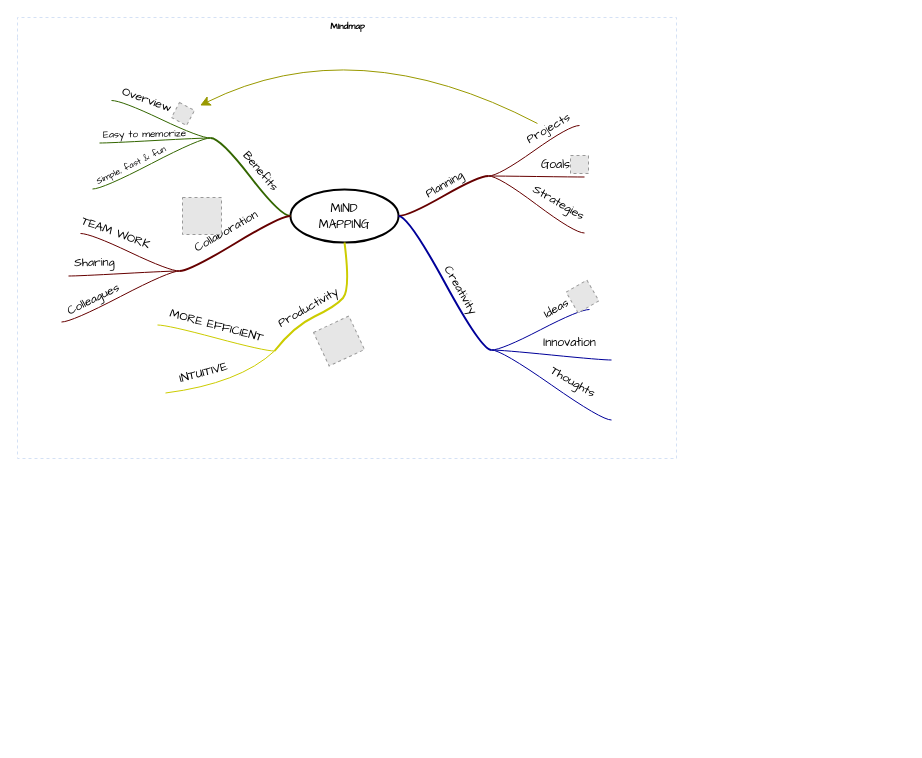
This is 제목 없는 다이어그램.drawio from k3t7le/draw.io, a draw.io file, before an edit. Source tidied: cells renumbered, new cells numbered last; positions are measured from the earlier drawing's top-left corner, leaving out a move shared by most shapes. Both pictures are drawn from the tidied source at 100%, with x=0, y=0 at pixel (17, 17). Pictures stored in the file or linked from it are replaced by grey dashed boxes.
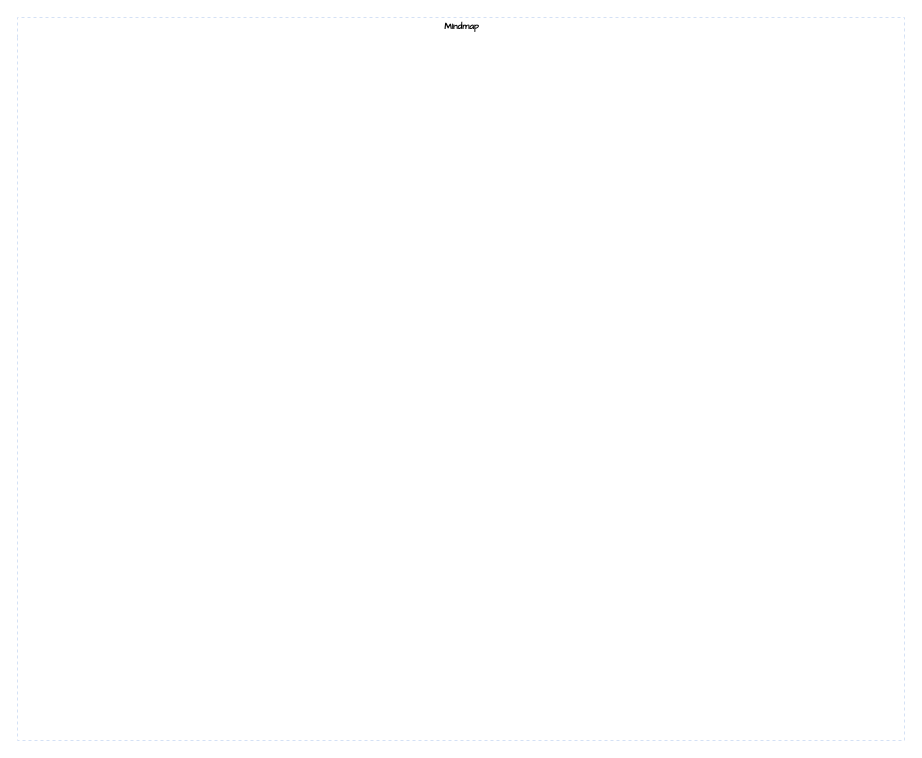
The same page after the edit.

Commit message:
제목 없는 다이어그램.drawio 업데이트

Diff of the diagram source:
```diff
@@
     <mxCell id="2" value="Mindmap" style="swimlane;html=1;startSize=20;horizontal=1;containerType=tree;labelBackgroundColor=none;strokeColor=#D4E1F5;strokeWidth=1;fillColor=none;fontFamily=Comic Sans MS;fontSize=9;swimlaneLine=0;dashed=1;" parent="1" vertex="1">
-      <mxGeometry width="659" height="441" as="geometry" />
+      <mxGeometry width="887" height="723" as="geometry" />
     </mxCell>
-    <mxCell id="3" value="&lt;font face=&quot;Comic Sans MS&quot;&gt;MIND&lt;br&gt;MAPPING&lt;/font&gt;" style="ellipse;whiteSpace=wrap;html=1;align=center;strokeWidth=2;" parent="2" vertex="1">
-      <mxGeometry x="273" y="172" width="108" height="53" as="geometry" />
-    </mxCell>
-    <mxCell id="4" style="whiteSpace=wrap;html=1;rounded=1;arcSize=50;align=center;verticalAlign=middle;strokeWidth=1;spacing=4;" parent="2" vertex="1">
-      <mxGeometry x="471" y="158" height="1" as="geometry" />
-    </mxCell>
-    <mxCell id="5" style="edgeStyle=entityRelationEdgeStyle;startArrow=none;endArrow=none;segment=10;curved=1;strokeWidth=2;strokeColor=#660000;rounded=0;fontSize=12;startSize=8;endSize=8;" parent="2" edge="1" source="3" target="4">
-      <mxGeometry relative="1" as="geometry" />
-    </mxCell>
-    <mxCell id="6" value="Planning" style="text;html=1;align=center;verticalAlign=middle;labelBackgroundColor=none;rotation=-30;fontFamily=Comic Sans MS;" parent="5" vertex="1">
-      <mxGeometry x="0.02" y="2" relative="1" as="geometry">
-        <mxPoint x="1" y="-9" as="offset" />
-      </mxGeometry>
-    </mxCell>
-    <mxCell id="7" style="whiteSpace=wrap;html=1;rounded=1;arcSize=50;align=center;verticalAlign=middle;strokeWidth=1;spacing=4;" parent="2" vertex="1" collapsed="1">
-      <mxGeometry x="562" y="108" width="5" as="geometry" />
-    </mxCell>
-    <mxCell id="8" style="edgeStyle=entityRelationEdgeStyle;startArrow=none;endArrow=none;segment=10;curved=1;strokeColor=#660000;rounded=0;fontSize=12;startSize=8;endSize=8;" parent="2" edge="1" source="4" target="7">
-      <mxGeometry relative="1" as="geometry" />
-    </mxCell>
-    <mxCell id="9" value="Projects" style="text;html=1;points=[];align=center;verticalAlign=middle;labelBackgroundColor=none;fontFamily=Comic Sans MS;rotation=-30;" parent="8" vertex="1">
-      <mxGeometry x="0.26" relative="1" as="geometry">
-        <mxPoint x="3" y="-14" as="offset" />
-      </mxGeometry>
-    </mxCell>
-    <mxCell id="10" style="whiteSpace=wrap;html=1;rounded=1;arcSize=50;align=center;verticalAlign=middle;strokeWidth=1;spacing=4;" parent="2" vertex="1">
-      <mxGeometry x="567" y="159" height="1" as="geometry" />
-    </mxCell>
-    <mxCell id="11" style="edgeStyle=entityRelationEdgeStyle;startArrow=none;endArrow=none;segment=10;curved=1;strokeColor=#660000;rounded=0;fontSize=12;startSize=8;endSize=8;" parent="2" edge="1" source="4" target="10">
-      <mxGeometry relative="1" as="geometry" />
-    </mxCell>
-    <mxCell id="12" value="Goals" style="text;html=1;align=center;verticalAlign=middle;labelBackgroundColor=none;fontFamily=Comic Sans MS;rotation=0;" parent="11" vertex="1">
-      <mxGeometry x="-0.11" y="-1" relative="1" as="geometry">
-        <mxPoint x="24" y="-12" as="offset" />
-      </mxGeometry>
-    </mxCell>
-    <mxCell id="13" style="whiteSpace=wrap;html=1;rounded=1;arcSize=50;align=center;verticalAlign=middle;strokeWidth=1;spacing=4;" parent="2" vertex="1">
-      <mxGeometry x="567" y="215" height="1" as="geometry" />
-    </mxCell>
-    <mxCell id="14" style="edgeStyle=entityRelationEdgeStyle;startArrow=none;endArrow=none;segment=10;curved=1;strokeColor=#660000;rounded=0;fontSize=12;startSize=8;endSize=8;" parent="2" edge="1" source="4" target="13">
-      <mxGeometry relative="1" as="geometry" />
-    </mxCell>
-    <mxCell id="15" value="Strategies" style="text;html=1;align=center;verticalAlign=middle;labelBackgroundColor=none;fontFamily=Comic Sans MS;rotation=30;" parent="14" vertex="1">
-      <mxGeometry x="-0.11" y="-1" relative="1" as="geometry">
-        <mxPoint x="28" y="1" as="offset" />
-      </mxGeometry>
-    </mxCell>
-    <mxCell id="16" style="whiteSpace=wrap;html=1;rounded=1;arcSize=50;align=center;verticalAlign=middle;strokeWidth=1;spacing=4;" parent="2" vertex="1">
-      <mxGeometry x="474" y="332" height="1" as="geometry" />
-    </mxCell>
-    <mxCell id="17" style="edgeStyle=entityRelationEdgeStyle;startArrow=none;endArrow=none;segment=10;curved=1;strokeWidth=2;strokeColor=#000099;rounded=0;fontSize=12;startSize=8;endSize=8;" parent="2" edge="1" source="3" target="16">
-      <mxGeometry relative="1" as="geometry" />
-    </mxCell>
-    <mxCell id="18" value="Creativity" style="text;html=1;align=center;verticalAlign=middle;labelBackgroundColor=none;rotation=60;fontFamily=Comic Sans MS;" parent="17" vertex="1">
-      <mxGeometry x="0.02" y="2" relative="1" as="geometry">
-        <mxPoint x="13" y="6" as="offset" />
-      </mxGeometry>
-    </mxCell>
-    <mxCell id="19" style="whiteSpace=wrap;html=1;rounded=1;arcSize=50;align=center;verticalAlign=middle;strokeWidth=1;spacing=4;" parent="2" vertex="1">
-      <mxGeometry x="572" y="292" width="5" as="geometry" />
-    </mxCell>
-    <mxCell id="20" style="edgeStyle=entityRelationEdgeStyle;startArrow=none;endArrow=none;segment=10;curved=1;strokeColor=#000099;rounded=0;fontSize=12;startSize=8;endSize=8;" parent="2" edge="1" source="16" target="19">
-      <mxGeometry relative="1" as="geometry" />
-    </mxCell>
-    <mxCell id="21" value="Ideas" style="text;html=1;align=center;verticalAlign=middle;labelBackgroundColor=none;fontFamily=Comic Sans MS;rotation=-30;" parent="20" vertex="1">
-      <mxGeometry x="0.26" relative="1" as="geometry">
-        <mxPoint x="3" y="-14" as="offset" />
-      </mxGeometry>
-    </mxCell>
-    <mxCell id="22" style="whiteSpace=wrap;html=1;rounded=1;arcSize=50;align=center;verticalAlign=middle;strokeWidth=1;spacing=4;" parent="2" vertex="1">
-      <mxGeometry x="594" y="342" height="1" as="geometry" />
-    </mxCell>
-    <mxCell id="23" style="edgeStyle=entityRelationEdgeStyle;startArrow=none;endArrow=none;segment=10;curved=1;strokeColor=#000099;rounded=0;fontSize=12;startSize=8;endSize=8;" parent="2" edge="1" source="16" target="22">
-      <mxGeometry relative="1" as="geometry" />
-    </mxCell>
-    <mxCell id="24" value="Innovation" style="text;html=1;align=center;verticalAlign=middle;labelBackgroundColor=none;fontFamily=Comic Sans MS;rotation=0;" parent="23" vertex="1">
-      <mxGeometry x="-0.11" y="-1" relative="1" as="geometry">
-        <mxPoint x="24" y="-12" as="offset" />
-      </mxGeometry>
-    </mxCell>
-    <mxCell id="25" style="whiteSpace=wrap;html=1;rounded=1;arcSize=50;align=center;verticalAlign=middle;strokeWidth=1;spacing=4;" parent="2" vertex="1">
-      <mxGeometry x="594" y="402" height="1" as="geometry" />
-    </mxCell>
-    <mxCell id="26" style="edgeStyle=entityRelationEdgeStyle;startArrow=none;endArrow=none;segment=10;curved=1;strokeColor=#000099;rounded=0;fontSize=12;startSize=8;endSize=8;" parent="2" edge="1" source="16" target="25">
-      <mxGeometry relative="1" as="geometry" />
-    </mxCell>
-    <mxCell id="27" value="Thoughts" style="text;html=1;align=center;verticalAlign=middle;labelBackgroundColor=none;fontFamily=Comic Sans MS;rotation=30;" parent="26" vertex="1">
-      <mxGeometry x="-0.11" y="-1" relative="1" as="geometry">
-        <mxPoint x="28" y="1" as="offset" />
-      </mxGeometry>
-    </mxCell>
-    <mxCell id="28" style="fillColor=#E6E6E6;strokeColor=#999999;dashed=1;html=1;verticalAlign=top;verticalLabelPosition=bottom;labelBackgroundColor=#ffffff;fontFamily=Comic Sans MS;rotation=-30;" parent="2" vertex="1">
-      <mxGeometry x="553" y="267" width="24" height="24" as="geometry" />
-    </mxCell>
-    <mxCell id="29" style="edgeStyle=entityRelationEdgeStyle;jumpStyle=arc;html=1;endArrow=classicThin;endFill=1;jettySize=auto;strokeColor=none;strokeWidth=2;fontFamily=Comic Sans MS;rounded=0;fontSize=12;startSize=8;endSize=8;curved=1;" parent="2" edge="1" source="19" target="28">
-      <mxGeometry relative="1" as="geometry" />
-    </mxCell>
-    <mxCell id="30" style="fillColor=#E6E6E6;strokeColor=#999999;dashed=1;html=1;verticalAlign=top;verticalLabelPosition=bottom;labelBackgroundColor=#ffffff;fontFamily=Comic Sans MS;" parent="2" vertex="1">
-      <mxGeometry x="553" y="138" width="18" height="18" as="geometry" />
-    </mxCell>
-    <mxCell id="31" style="edgeStyle=entityRelationEdgeStyle;jumpStyle=arc;html=1;endArrow=classicThin;endFill=1;jettySize=auto;strokeColor=none;strokeWidth=2;fontFamily=Comic Sans MS;rounded=0;fontSize=12;startSize=8;endSize=8;curved=1;" parent="2" edge="1" source="10" target="30">
-      <mxGeometry relative="1" as="geometry" />
-    </mxCell>
-    <mxCell id="32" style="whiteSpace=wrap;html=1;rounded=1;arcSize=50;align=center;verticalAlign=middle;strokeWidth=1;spacing=4;" parent="2" vertex="1">
-      <mxGeometry x="193" y="120" height="1" as="geometry" />
-    </mxCell>
-    <mxCell id="33" style="edgeStyle=entityRelationEdgeStyle;startArrow=none;endArrow=none;segment=10;curved=1;strokeWidth=2;strokeColor=#336600;rounded=0;fontSize=12;startSize=8;endSize=8;" parent="2" edge="1" source="3" target="32">
-      <mxGeometry relative="1" as="geometry" />
-    </mxCell>
-    <mxCell id="34" value="Benefits" style="text;html=1;align=center;verticalAlign=middle;labelBackgroundColor=none;rotation=50;fontFamily=Comic Sans MS;" parent="33" vertex="1">
-      <mxGeometry x="0.02" y="2" relative="1" as="geometry">
-        <mxPoint x="12" y="-7" as="offset" />
-      </mxGeometry>
-    </mxCell>
-    <mxCell id="35" style="whiteSpace=wrap;html=1;rounded=1;arcSize=50;align=center;verticalAlign=middle;strokeWidth=1;spacing=4;" parent="2" vertex="1">
-      <mxGeometry x="75" y="171" height="1" as="geometry" />
-    </mxCell>
-    <mxCell id="36" style="edgeStyle=entityRelationEdgeStyle;startArrow=none;endArrow=none;segment=10;curved=1;strokeColor=#336600;rounded=0;fontSize=12;startSize=8;endSize=8;" parent="2" edge="1" source="32" target="35">
-      <mxGeometry relative="1" as="geometry" />
-    </mxCell>
-    <mxCell id="37" value="Simple, fast &amp;amp; fun" style="text;html=1;align=center;verticalAlign=middle;labelBackgroundColor=none;fontFamily=Comic Sans MS;rotation=-26;fontSize=9;" parent="36" vertex="1">
-      <mxGeometry x="-0.11" y="-1" relative="1" as="geometry">
-        <mxPoint x="-27" y="7" as="offset" />
-      </mxGeometry>
-    </mxCell>
-    <mxCell id="38" style="whiteSpace=wrap;html=1;rounded=1;arcSize=50;align=center;verticalAlign=middle;strokeWidth=1;spacing=4;" parent="2" vertex="1">
-      <mxGeometry x="82" y="125" height="1" as="geometry" />
-    </mxCell>
-    <mxCell id="39" style="edgeStyle=entityRelationEdgeStyle;startArrow=none;endArrow=none;segment=10;curved=1;strokeColor=#336600;rounded=0;fontSize=12;startSize=8;endSize=8;" parent="2" edge="1" source="32" target="38">
-      <mxGeometry relative="1" as="geometry" />
-    </mxCell>
-    <mxCell id="40" value="Easy to memorize" style="text;html=1;align=center;verticalAlign=middle;labelBackgroundColor=none;fontFamily=Comic Sans MS;rotation=-1;fontSize=10;" parent="39" vertex="1">
-      <mxGeometry x="-0.11" y="-1" relative="1" as="geometry">
-        <mxPoint x="-18" y="-6" as="offset" />
-      </mxGeometry>
-    </mxCell>
-    <mxCell id="41" style="whiteSpace=wrap;html=1;rounded=1;arcSize=50;align=center;verticalAlign=middle;strokeWidth=1;spacing=4;" parent="2" vertex="1" collapsed="1">
-      <mxGeometry x="89" y="83" width="5" as="geometry" />
-    </mxCell>
-    <mxCell id="42" style="edgeStyle=entityRelationEdgeStyle;startArrow=none;endArrow=none;segment=10;curved=1;strokeColor=#336600;rounded=0;fontSize=12;startSize=8;endSize=8;" parent="2" edge="1" source="32" target="41">
-      <mxGeometry relative="1" as="geometry" />
-    </mxCell>
-    <mxCell id="43" value="Overview" style="text;html=1;align=center;verticalAlign=middle;labelBackgroundColor=none;fontFamily=Comic Sans MS;rotation=20;" parent="42" vertex="1">
-      <mxGeometry x="0.26" relative="1" as="geometry">
-        <mxPoint x="-2" y="-13" as="offset" />
-      </mxGeometry>
-    </mxCell>
-    <mxCell id="44" style="fillColor=#E6E6E6;strokeColor=#999999;dashed=1;html=1;verticalAlign=top;verticalLabelPosition=bottom;labelBackgroundColor=#ffffff;fontFamily=Comic Sans MS;fontSize=10;rotation=28;" parent="2" vertex="1">
-      <mxGeometry x="157" y="88" width="17" height="17" as="geometry" />
-    </mxCell>
-    <mxCell id="45" style="endArrow=classic;html=1;curved=1;sourcePerimeterSpacing=10;strokeColor=#999900;targetPerimeterSpacing=7;rounded=0;fontSize=12;startSize=8;endSize=8;" parent="2" edge="1" source="9" target="44">
-      <mxGeometry relative="1" as="geometry">
-        <Array as="points">
-          <mxPoint x="338" y="11" />
-        </Array>
-      </mxGeometry>
-    </mxCell>
-    <mxCell id="46" style="jumpStyle=arc;html=1;endArrow=classicThin;endFill=1;jettySize=auto;strokeColor=none;strokeWidth=2;fontFamily=Comic Sans MS;fontSize=10;rounded=0;startSize=8;endSize=8;curved=1;" parent="2" edge="1" source="32" target="44">
-      <mxGeometry relative="1" as="geometry" />
-    </mxCell>
-    <mxCell id="47" style="whiteSpace=wrap;html=1;rounded=1;arcSize=50;align=center;verticalAlign=middle;strokeWidth=1;spacing=4;" parent="2" vertex="1">
-      <mxGeometry x="162" y="253" height="1" as="geometry" />
-    </mxCell>
-    <mxCell id="48" style="edgeStyle=entityRelationEdgeStyle;startArrow=none;endArrow=none;segment=10;curved=1;strokeWidth=2;strokeColor=#660000;rounded=0;fontSize=12;startSize=8;endSize=8;" parent="2" edge="1" source="3" target="47">
-      <mxGeometry relative="1" as="geometry" />
-    </mxCell>
-    <mxCell id="49" value="Collaboration" style="text;html=1;align=center;verticalAlign=middle;labelBackgroundColor=none;rotation=-30;fontFamily=Comic Sans MS;" parent="48" vertex="1">
-      <mxGeometry x="0.02" y="2" relative="1" as="geometry">
-        <mxPoint x="-10" y="-13" as="offset" />
-      </mxGeometry>
-    </mxCell>
-    <mxCell id="50" style="whiteSpace=wrap;html=1;rounded=1;arcSize=50;align=center;verticalAlign=middle;strokeWidth=1;spacing=4;" parent="2" vertex="1">
-      <mxGeometry x="44" y="304" height="1" as="geometry" />
-    </mxCell>
-    <mxCell id="51" style="edgeStyle=entityRelationEdgeStyle;startArrow=none;endArrow=none;segment=10;curved=1;strokeColor=#660000;rounded=0;fontSize=12;startSize=8;endSize=8;" parent="2" edge="1" source="47" target="50">
-      <mxGeometry relative="1" as="geometry" />
-    </mxCell>
-    <mxCell id="52" value="Colleagues" style="text;html=1;align=center;verticalAlign=middle;labelBackgroundColor=none;fontFamily=Comic Sans MS;rotation=-26;fontSize=12;" parent="51" vertex="1">
-      <mxGeometry x="-0.11" y="-1" relative="1" as="geometry">
-        <mxPoint x="-34" y="8" as="offset" />
-      </mxGeometry>
-    </mxCell>
-    <mxCell id="53" style="whiteSpace=wrap;html=1;rounded=1;arcSize=50;align=center;verticalAlign=middle;strokeWidth=1;spacing=4;" parent="2" vertex="1">
-      <mxGeometry x="51" y="258" height="1" as="geometry" />
-    </mxCell>
-    <mxCell id="54" style="edgeStyle=entityRelationEdgeStyle;startArrow=none;endArrow=none;segment=10;curved=1;strokeColor=#660000;rounded=0;fontSize=12;startSize=8;endSize=8;" parent="2" edge="1" source="47" target="53">
-      <mxGeometry relative="1" as="geometry" />
-    </mxCell>
-    <mxCell id="55" value="Sharing" style="text;html=1;align=center;verticalAlign=middle;labelBackgroundColor=none;fontFamily=Comic Sans MS;rotation=-1;fontSize=12;" parent="54" vertex="1">
-      <mxGeometry x="-0.11" y="-1" relative="1" as="geometry">
-        <mxPoint x="-37" y="-9" as="offset" />
-      </mxGeometry>
-    </mxCell>
-    <mxCell id="56" style="whiteSpace=wrap;html=1;rounded=1;arcSize=50;align=center;verticalAlign=middle;strokeWidth=1;spacing=4;" parent="2" vertex="1" collapsed="1">
-      <mxGeometry x="58" y="216" width="5" as="geometry" />
-    </mxCell>
-    <mxCell id="57" style="edgeStyle=entityRelationEdgeStyle;startArrow=none;endArrow=none;segment=10;curved=1;strokeColor=#660000;rounded=0;fontSize=12;startSize=8;endSize=8;" parent="2" edge="1" source="47" target="56">
-      <mxGeometry relative="1" as="geometry" />
-    </mxCell>
-    <mxCell id="58" value="TEAM WORK" style="text;html=1;align=center;verticalAlign=middle;labelBackgroundColor=none;fontFamily=Comic Sans MS;rotation=20;" parent="57" vertex="1">
-      <mxGeometry x="0.26" relative="1" as="geometry">
-        <mxPoint x="-2" y="-13" as="offset" />
-      </mxGeometry>
-    </mxCell>
-    <mxCell id="59" style="fillColor=#E6E6E6;strokeColor=#999999;dashed=1;html=1;verticalAlign=top;verticalLabelPosition=bottom;labelBackgroundColor=#ffffff;fontFamily=Comic Sans MS;fontSize=12;fontColor=#000000;align=center;" parent="2" vertex="1">
-      <mxGeometry x="165" y="180" width="39" height="37" as="geometry" />
-    </mxCell>
-    <mxCell id="60" style="edgeStyle=none;jumpStyle=arc;html=1;entryX=0.5;entryY=1;entryPerimeter=0;endArrow=classicThin;endFill=1;jettySize=auto;strokeColor=none;strokeWidth=2;fontFamily=Comic Sans MS;fontSize=12;rounded=0;startSize=8;endSize=8;curved=1;" parent="2" edge="1" source="47" target="59">
-      <mxGeometry relative="1" as="geometry" />
-    </mxCell>
-    <mxCell id="61" style="whiteSpace=wrap;html=1;rounded=1;arcSize=50;align=center;verticalAlign=middle;strokeWidth=1;spacing=4;" parent="2" vertex="1">
-      <mxGeometry x="257" y="333" height="1" as="geometry" />
-    </mxCell>
-    <mxCell id="62" style="startArrow=none;endArrow=none;segment=10;strokeWidth=2;strokeColor=#CCCC00;exitX=0.5;exitY=1;curved=1;rounded=0;fontSize=12;startSize=8;endSize=8;" parent="2" edge="1" source="3" target="61">
-      <mxGeometry relative="1" as="geometry">
-        <Array as="points">
-          <mxPoint x="333" y="272" />
-          <mxPoint x="318" y="289" />
-          <mxPoint x="276" y="309" />
-        </Array>
-      </mxGeometry>
-    </mxCell>
-    <mxCell id="63" value="Productivity" style="text;html=1;align=center;verticalAlign=middle;labelBackgroundColor=none;rotation=-30;fontFamily=Comic Sans MS;" parent="62" vertex="1">
-      <mxGeometry x="0.02" y="2" relative="1" as="geometry">
-        <mxPoint x="-24" y="-2" as="offset" />
-      </mxGeometry>
-    </mxCell>
-    <mxCell id="64" style="whiteSpace=wrap;html=1;rounded=1;arcSize=50;align=center;verticalAlign=middle;strokeWidth=1;spacing=4;" parent="2" vertex="1">
-      <mxGeometry x="148" y="375" height="1" as="geometry" />
-    </mxCell>
-    <mxCell id="65" style="startArrow=none;endArrow=none;segment=10;strokeColor=#CCCC00;curved=1;rounded=0;fontSize=12;startSize=8;endSize=8;" parent="2" edge="1" source="61" target="64">
-      <mxGeometry relative="1" as="geometry">
-        <Array as="points">
-          <mxPoint x="222" y="366" />
-        </Array>
-      </mxGeometry>
-    </mxCell>
-    <mxCell id="66" value="INTUITIVE" style="text;html=1;align=center;verticalAlign=middle;labelBackgroundColor=none;fontFamily=Comic Sans MS;rotation=-15;fontSize=12;" parent="65" vertex="1">
-      <mxGeometry x="-0.11" y="-1" relative="1" as="geometry">
-        <mxPoint x="-30" y="-10" as="offset" />
-      </mxGeometry>
-    </mxCell>
-    <mxCell id="67" style="whiteSpace=wrap;html=1;rounded=1;arcSize=50;align=center;verticalAlign=middle;strokeWidth=1;spacing=4;" parent="2" vertex="1">
-      <mxGeometry x="140" y="307" height="1" as="geometry" />
-    </mxCell>
-    <mxCell id="68" style="edgeStyle=entityRelationEdgeStyle;startArrow=none;endArrow=none;segment=10;curved=1;strokeColor=#CCCC00;rounded=0;fontSize=12;startSize=8;endSize=8;" parent="2" edge="1" source="61" target="67">
-      <mxGeometry relative="1" as="geometry" />
-    </mxCell>
-    <mxCell id="69" value="MORE EFFICIENT" style="text;html=1;align=center;verticalAlign=middle;labelBackgroundColor=none;fontFamily=Comic Sans MS;rotation=15;fontSize=12;" parent="68" vertex="1">
-      <mxGeometry x="-0.11" y="-1" relative="1" as="geometry">
-        <mxPoint x="-6" y="-13" as="offset" />
-      </mxGeometry>
-    </mxCell>
-    <mxCell id="70" style="fillColor=#E6E6E6;strokeColor=#999999;dashed=1;html=1;verticalAlign=top;verticalLabelPosition=bottom;labelBackgroundColor=#ffffff;fontFamily=Comic Sans MS;fontSize=12;fontColor=#000000;align=center;rotation=-25;" parent="2" vertex="1">
-      <mxGeometry x="302" y="305" width="39" height="37" as="geometry" />
-    </mxCell>
-    <mxCell id="71" style="edgeStyle=none;jumpStyle=arc;html=1;entryX=0.5;entryY=1;entryPerimeter=0;endArrow=classicThin;endFill=1;jettySize=auto;strokeColor=none;strokeWidth=2;fontFamily=Comic Sans MS;fontSize=12;rounded=0;startSize=8;endSize=8;curved=1;" parent="2" edge="1" source="61" target="70">
-      <mxGeometry relative="1" as="geometry" />
-    </mxCell>
```
